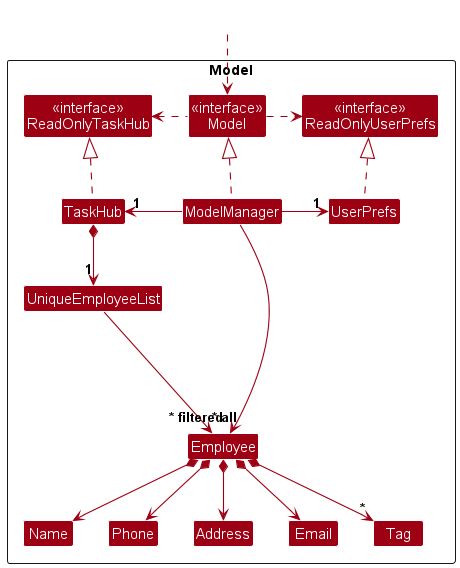
rayyan35p/tp keeps this PlantUML diagram as docs/images/ModelClassDiagram.png. Above is the earlier version.
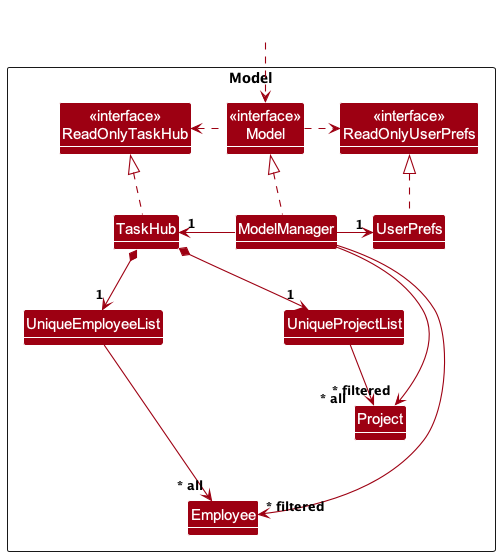
The same file after the commit.

Commit message:
Update model components and web links

The edit, as a diff of the source:
```diff
@@ -13,12 +13,9 @@
 Class UserPrefs
 
 Class UniqueEmployeeList
+Class UniqueProjectList
 Class Employee
-Class Address
-Class Email
-Class Name
-Class Phone
-Class Tag
+Class Project
 
 Class I #FFFFFF
 }
@@ -37,18 +34,12 @@
 
 TaskHub *--> "1" UniqueEmployeeList
 UniqueEmployeeList --> "~* all" Employee
-Employee *--> Name
-Employee *--> Phone
-Employee *--> Email
-Employee *--> Address
-Employee *--> "*" Tag
+TaskHub *--> "1" UniqueProjectList
+UniqueProjectList --> "~* all" Project
 
 Employee -[hidden]up--> I
 UniqueEmployeeList -[hidden]right-> I
 
-Name -[hidden]right-> Phone
-Phone -[hidden]right-> Address
-Address -[hidden]right-> Email
-
-ModelManager --> "~* filtered" Employee
+ModelManager -down-> "~* filtered" Employee
+ModelManager -down-> "~* filtered" Project
 @enduml
```
